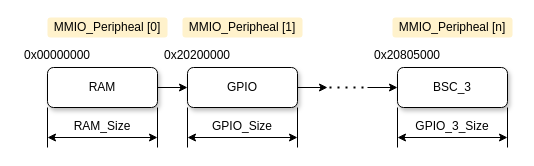
Above: docs/diagrams/bus/bus_peripherals.drawio in silhavyj/ZeroMate (draw.io), before the change. Source tidied: cells renumbered, new cells numbered last; positions are measured from the earlier drawing's top-left corner, leaving out a move shared by most shapes. Both pictures are drawn from the tidied source at 100%, with x=0, y=0 at pixel (17, 17).
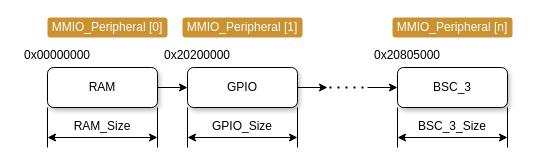
The same page after the edit.

Change to the diagram source:
```diff
@@
-    <mxCell id="2" value="&lt;font face=&quot;Computer Modern&quot;&gt;MMIO_Peripheal [0]&lt;/font&gt;" style="rounded=1;whiteSpace=wrap;html=1;fillColor=#fff2cc;strokeColor=none;" parent="1" vertex="1">
+    <mxCell id="2" value="&lt;font face=&quot;Computer Modern&quot;&gt;MMIO_Peripheral [0]&lt;/font&gt;" style="rounded=1;whiteSpace=wrap;html=1;fillColor=#ca9230;strokeColor=none;fontColor=#FFFFFF;" parent="1" vertex="1">
       <mxGeometry x="30" width="120" height="20" as="geometry" />
     </mxCell>
@@
-    <mxCell id="20" value="GPIO_3_Size" style="text;html=1;strokeColor=none;fillColor=none;align=center;verticalAlign=middle;whiteSpace=wrap;rounded=0;fontFamily=Computer Modern;" parent="1" vertex="1">
+    <mxCell id="20" value="BSC_3_Size" style="text;html=1;strokeColor=none;fillColor=none;align=center;verticalAlign=middle;whiteSpace=wrap;rounded=0;fontFamily=Computer Modern;" parent="1" vertex="1">
       <mxGeometry x="400" y="94" width="70" height="30" as="geometry" />
     </mxCell>
@@
-    <mxCell id="26" value="&lt;font face=&quot;Computer Modern&quot;&gt;MMIO_Peripheal [1]&lt;/font&gt;" style="rounded=1;whiteSpace=wrap;html=1;fillColor=#fff2cc;strokeColor=none;" parent="1" vertex="1">
+    <mxCell id="26" value="&lt;font face=&quot;Computer Modern&quot;&gt;MMIO_Peripheral [1]&lt;/font&gt;" style="rounded=1;whiteSpace=wrap;html=1;fillColor=#ca9230;strokeColor=none;fontColor=#FFFFFF;" parent="1" vertex="1">
       <mxGeometry x="165" width="120" height="20" as="geometry" />
     </mxCell>
-    <mxCell id="27" value="&lt;font face=&quot;Computer Modern&quot;&gt;MMIO_Peripheal [n]&lt;/font&gt;" style="rounded=1;whiteSpace=wrap;html=1;fillColor=#fff2cc;strokeColor=none;" parent="1" vertex="1">
+    <mxCell id="27" value="&lt;font face=&quot;Computer Modern&quot;&gt;MMIO_Peripheral [n]&lt;/font&gt;" style="rounded=1;whiteSpace=wrap;html=1;fillColor=#ca9230;strokeColor=none;fontColor=#FFFFFF;" parent="1" vertex="1">
       <mxGeometry x="375" width="120" height="20" as="geometry" />
     </mxCell>
```
